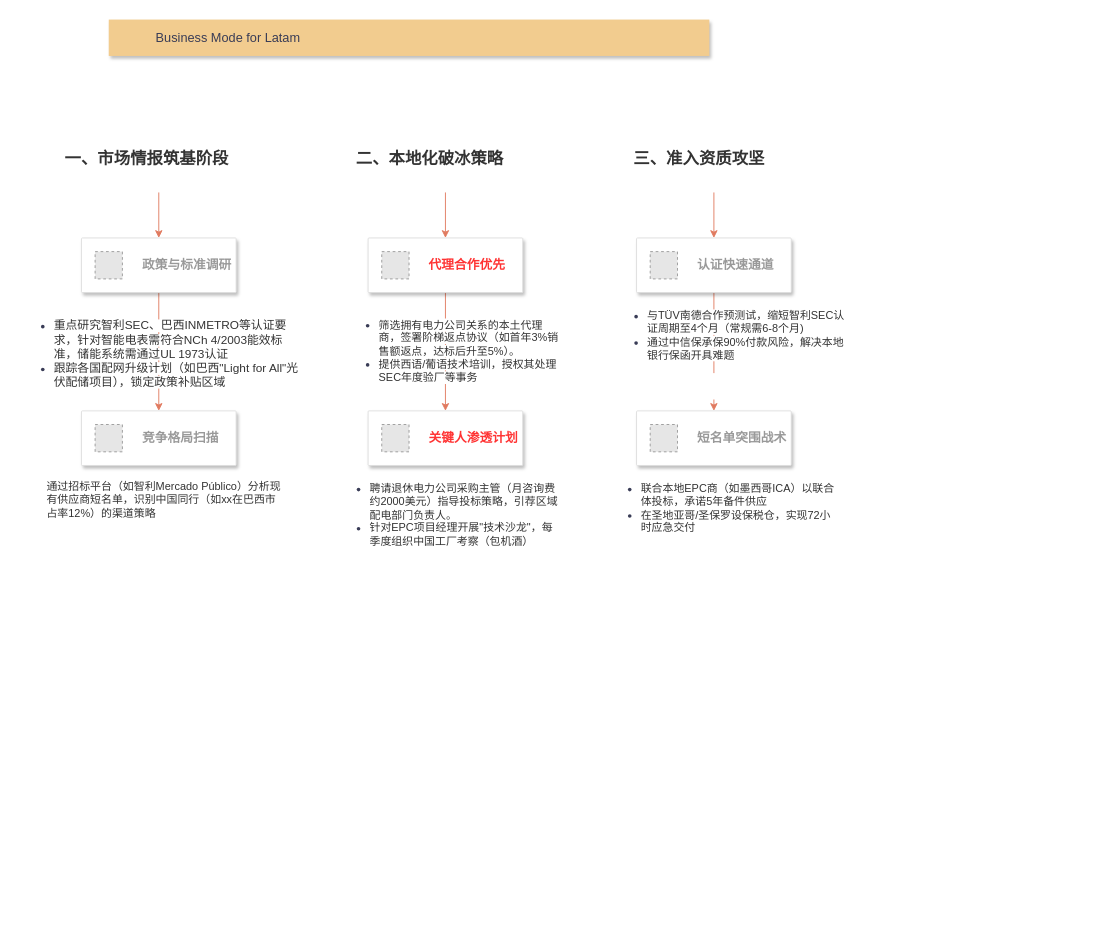
This is business mode.drawio from q30china/draw, a draw.io file, before an edit. Source tidied: cells renumbered, new cells numbered last; positions are measured from the earlier drawing's top-left corner, leaving out a move shared by most shapes. Both pictures are drawn from the tidied source at 91%, with x=0, y=0 at pixel (15, 19). Pictures stored in the file or linked from it are replaced by grey dashed boxes.
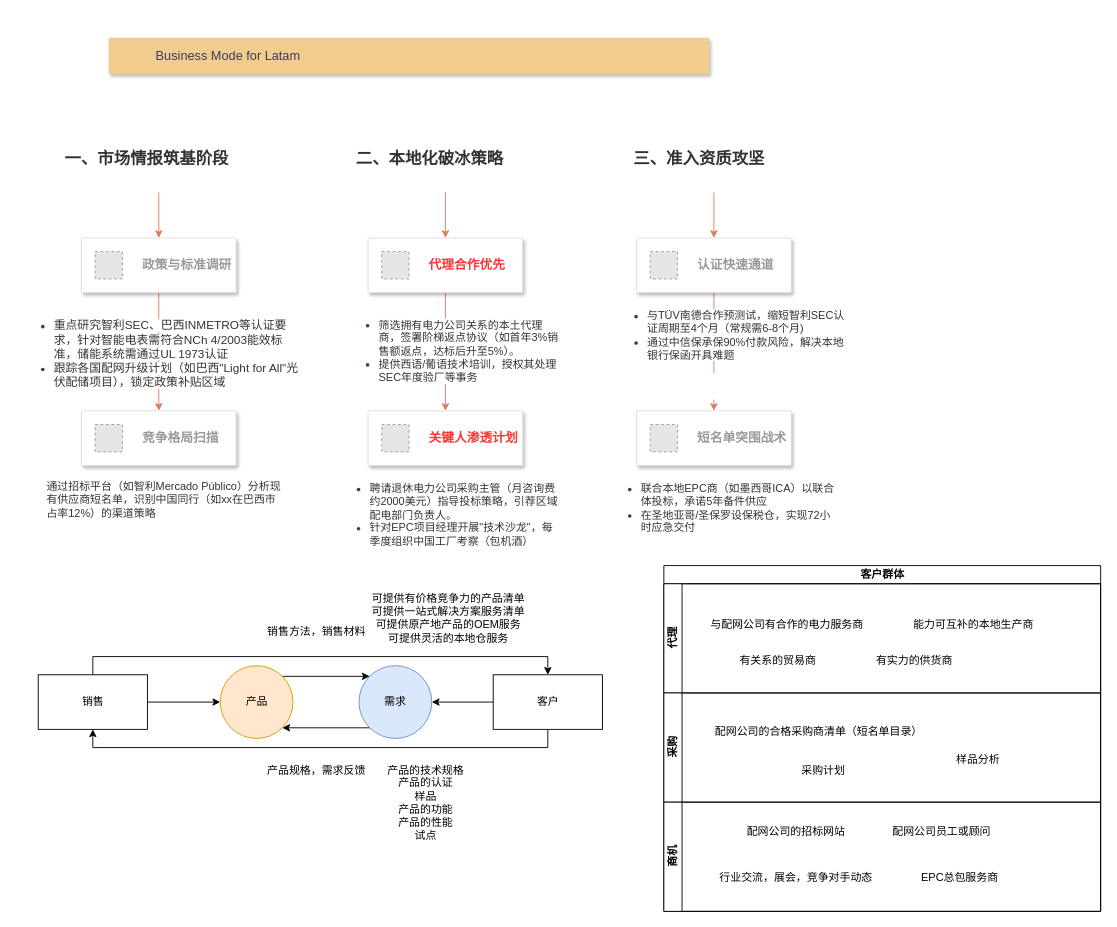
Above is the later version.

Change to the diagram source:
```diff
@@
     <mxCell id="2" value="Business Mode for Latam" style="strokeColor=none;shadow=1;fontSize=14;align=left;spacingLeft=50;html=1;labelBackgroundColor=none;fillColor=#F2CC8F;fontColor=#393C56;" parent="1" vertex="1">
-      <mxGeometry x="102" width="660" height="40" as="geometry" />
+      <mxGeometry x="102" y="20" width="660" height="40" as="geometry" />
     </mxCell>
@@
+    <mxCell id="30" value="客户群体" style="swimlane;horizontal=1;startSize=20;html=1;" parent="1" vertex="1">
+      <mxGeometry x="712" y="600" width="480" height="380" as="geometry" />
+    </mxCell>
+    <mxCell id="31" value="代理" style="swimlane;startSize=20;horizontal=0;html=1;" parent="30" vertex="1">
+      <mxGeometry y="20" width="480" height="120" as="geometry" />
+    </mxCell>
+    <mxCell id="32" value="与配网公司有合作的电力服务商" style="text;html=1;align=center;verticalAlign=middle;strokeColor=none;fillColor=none;" parent="31" vertex="1">
+      <mxGeometry x="40" y="30" width="190" height="30" as="geometry" />
+    </mxCell>
+    <mxCell id="33" value="有关系的贸易商" style="text;html=1;align=center;verticalAlign=middle;strokeColor=none;fillColor=none;" parent="31" vertex="1">
+      <mxGeometry x="70" y="70" width="110" height="30" as="geometry" />
+    </mxCell>
+    <mxCell id="34" value="能力可互补的本地生产商" style="text;html=1;align=center;verticalAlign=middle;strokeColor=none;fillColor=none;" parent="31" vertex="1">
+      <mxGeometry x="260" y="30" width="160" height="30" as="geometry" />
+    </mxCell>
+    <mxCell id="35" value="有实力的供货商" style="text;html=1;align=center;verticalAlign=middle;strokeColor=none;fillColor=none;" parent="31" vertex="1">
+      <mxGeometry x="220" y="70" width="110" height="30" as="geometry" />
+    </mxCell>
+    <mxCell id="36" value="采购" style="swimlane;startSize=20;horizontal=0;html=1;" parent="30" vertex="1">
+      <mxGeometry y="140" width="480" height="120" as="geometry" />
+    </mxCell>
+    <mxCell id="37" value="样品分析" style="text;html=1;align=center;verticalAlign=middle;strokeColor=none;fillColor=none;" parent="36" vertex="1">
+      <mxGeometry x="310" y="58" width="70" height="30" as="geometry" />
+    </mxCell>
+    <mxCell id="38" value="采购计划" style="text;html=1;align=center;verticalAlign=middle;strokeColor=none;fillColor=none;" parent="36" vertex="1">
+      <mxGeometry x="140" y="70" width="70" height="30" as="geometry" />
+    </mxCell>
+    <mxCell id="39" value="商机" style="swimlane;startSize=20;horizontal=0;html=1;" parent="30" vertex="1">
+      <mxGeometry y="260" width="480" height="120" as="geometry" />
+    </mxCell>
+    <mxCell id="40" value="配网公司的招标网站" style="text;html=1;align=center;verticalAlign=middle;strokeColor=none;fillColor=none;" parent="39" vertex="1">
+      <mxGeometry x="80" y="18" width="130" height="30" as="geometry" />
+    </mxCell>
+    <mxCell id="41" value="配网公司员工或顾问" style="text;html=1;align=center;verticalAlign=middle;strokeColor=none;fillColor=none;" parent="39" vertex="1">
+      <mxGeometry x="240" y="18" width="130" height="30" as="geometry" />
+    </mxCell>
+    <mxCell id="42" value="行业交流，展会，竞争对手动态" style="text;html=1;align=center;verticalAlign=middle;strokeColor=none;fillColor=none;" parent="39" vertex="1">
+      <mxGeometry x="50" y="68" width="190" height="30" as="geometry" />
+    </mxCell>
+    <mxCell id="43" value="EPC总包服务商" style="text;html=1;align=center;verticalAlign=middle;strokeColor=none;fillColor=none;" parent="39" vertex="1">
+      <mxGeometry x="270" y="68" width="110" height="30" as="geometry" />
+    </mxCell>
+    <mxCell id="44" style="group;" parent="1" vertex="1">
+      <mxGeometry x="24.5" y="620" width="620" height="320" as="geometry" />
+    </mxCell>
+    <mxCell id="45" style="edgeStyle=orthogonalEdgeStyle;rounded=0;jettySize=auto;html=1;exitX=0.5;exitY=0;exitDx=0;exitDy=0;entryX=0.5;entryY=0;entryDx=0;entryDy=0;" parent="44" edge="1" source="47" target="50">
+      <mxGeometry relative="1" as="geometry" />
+    </mxCell>
+    <mxCell id="46" style="edgeStyle=orthogonalEdgeStyle;rounded=0;jettySize=auto;html=1;exitX=1;exitY=0.5;exitDx=0;exitDy=0;" parent="44" edge="1" source="47" target="55">
+      <mxGeometry relative="1" as="geometry" />
+    </mxCell>
+    <mxCell id="47" value="销售" style="rounded=0;whiteSpace=wrap;html=1;" parent="44" vertex="1">
+      <mxGeometry y="100" width="120" height="60" as="geometry" />
+    </mxCell>
+    <mxCell id="48" style="edgeStyle=orthogonalEdgeStyle;rounded=0;jettySize=auto;html=1;exitX=0.5;exitY=1;exitDx=0;exitDy=0;entryX=0.5;entryY=1;entryDx=0;entryDy=0;" parent="44" edge="1" source="50" target="47">
+      <mxGeometry relative="1" as="geometry" />
+    </mxCell>
+    <mxCell id="49" style="edgeStyle=orthogonalEdgeStyle;rounded=0;jettySize=auto;html=1;exitX=0;exitY=0.5;exitDx=0;exitDy=0;entryX=1;entryY=0.5;entryDx=0;entryDy=0;" parent="44" edge="1" source="50" target="53">
+      <mxGeometry relative="1" as="geometry" />
+    </mxCell>
+    <mxCell id="50" value="客户" style="rounded=0;whiteSpace=wrap;html=1;" parent="44" vertex="1">
+      <mxGeometry x="500" y="100" width="120" height="60" as="geometry" />
+    </mxCell>
+    <mxCell id="51" style="group;" parent="44" vertex="1">
+      <mxGeometry x="200" y="90" width="232.5" height="80" as="geometry" />
+    </mxCell>
+    <mxCell id="52" style="edgeStyle=orthogonalEdgeStyle;rounded=0;jettySize=auto;html=1;exitX=0;exitY=1;exitDx=0;exitDy=0;entryX=1;entryY=1;entryDx=0;entryDy=0;" parent="51" edge="1" source="53" target="55">
+      <mxGeometry relative="1" as="geometry" />
+    </mxCell>
+    <mxCell id="53" value="需求" style="ellipse;whiteSpace=wrap;html=1;fillColor=#dae8fc;strokeColor=#6c8ebf;" parent="51" vertex="1">
+      <mxGeometry x="152.5" width="80" height="80" as="geometry" />
+    </mxCell>
+    <mxCell id="54" style="edgeStyle=orthogonalEdgeStyle;rounded=0;jettySize=auto;html=1;exitX=1;exitY=0;exitDx=0;exitDy=0;entryX=0;entryY=0;entryDx=0;entryDy=0;" parent="51" edge="1" source="55" target="53">
+      <mxGeometry relative="1" as="geometry" />
+    </mxCell>
+    <mxCell id="55" value="产品" style="ellipse;whiteSpace=wrap;html=1;fillColor=#ffe6cc;strokeColor=#d79b00;" parent="51" vertex="1">
+      <mxGeometry width="80" height="80" as="geometry" />
+    </mxCell>
+    <mxCell id="56" value="销售方法，销售材料" style="text;html=1;align=center;verticalAlign=middle;strokeColor=none;fillColor=none;" parent="44" vertex="1">
+      <mxGeometry x="240" y="38" width="130" height="30" as="geometry" />
+    </mxCell>
+    <mxCell id="57" value="产品规格，需求反馈" style="text;html=1;align=center;verticalAlign=middle;strokeColor=none;fillColor=none;" parent="44" vertex="1">
+      <mxGeometry x="240" y="190" width="130" height="30" as="geometry" />
+    </mxCell>
+    <mxCell id="58" value="可提供有价格竞争力的产品清单&lt;div&gt;可提供一站式解决方案服务清单&lt;/div&gt;&lt;div&gt;可提供原产地产品的OEM服务&lt;/div&gt;&lt;div&gt;可提供灵活的本地仓服务&lt;/div&gt;&lt;div&gt;&lt;br&gt;&lt;/div&gt;" style="text;html=1;align=center;verticalAlign=middle;strokeColor=none;fillColor=none;" parent="44" vertex="1">
+      <mxGeometry x="355" width="190" height="90" as="geometry" />
+    </mxCell>
+    <mxCell id="59" value="产品的技术规格&lt;div&gt;产品的认证&lt;br&gt;&lt;div&gt;样品&lt;/div&gt;&lt;div&gt;产品的功能&lt;/div&gt;&lt;div&gt;产品的性能&lt;/div&gt;&lt;div&gt;试点&lt;/div&gt;&lt;div&gt;&lt;br&gt;&lt;/div&gt;&lt;div&gt;&lt;br&gt;&lt;/div&gt;&lt;/div&gt;" style="text;html=1;align=center;verticalAlign=middle;strokeColor=none;fillColor=none;" parent="44" vertex="1">
+      <mxGeometry x="370" y="190" width="110" height="130" as="geometry" />
+    </mxCell>
+    <mxCell id="60" value="配网公司的合格采购商清单（短名单目录）" style="text;html=1;align=center;verticalAlign=middle;strokeColor=none;fillColor=none;" parent="1" vertex="1">
+      <mxGeometry x="757" y="768" width="250" height="30" as="geometry" />
+    </mxCell>
```
